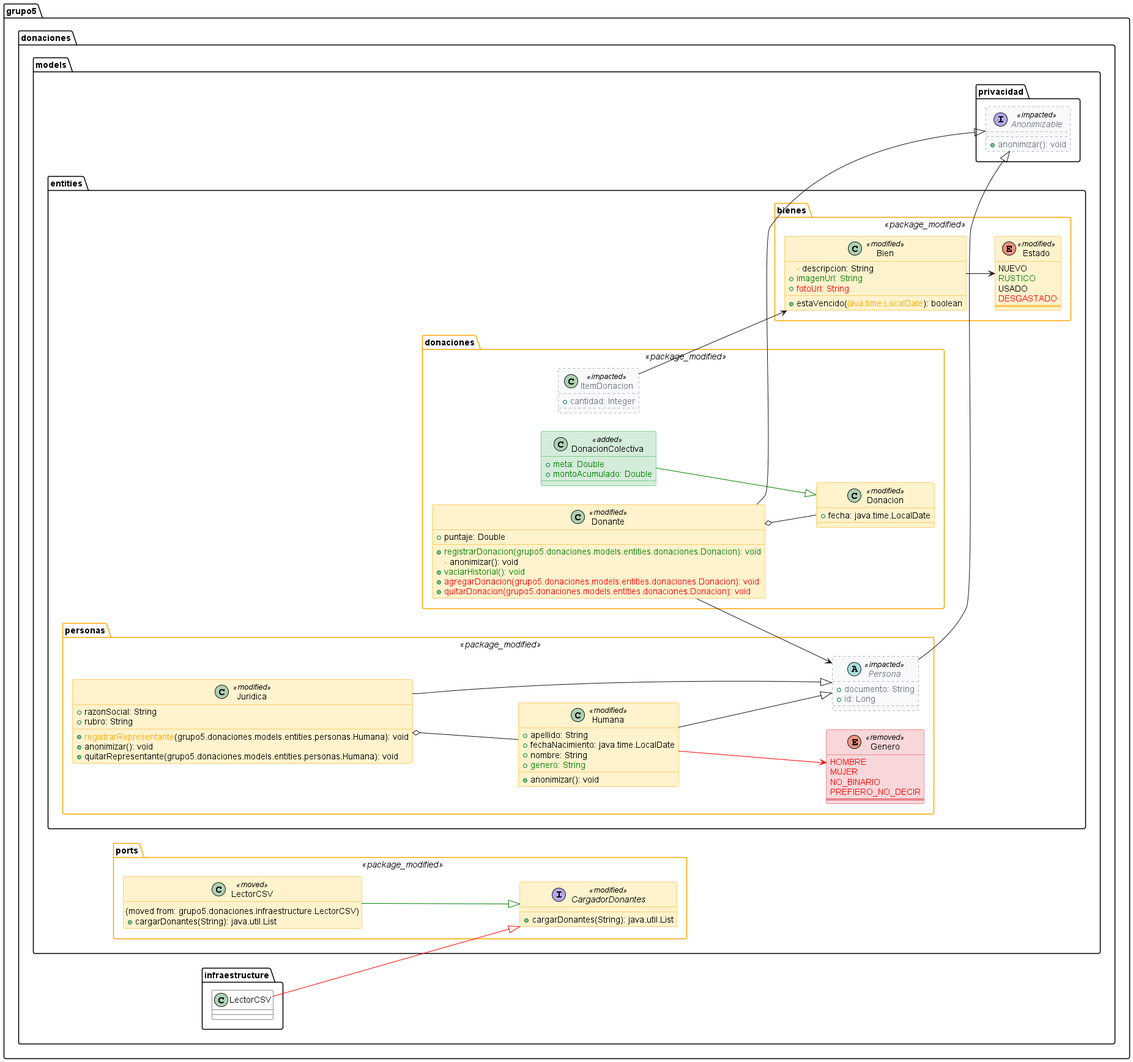
Before: docs/demo_complete.png, a diagram exported from PlantUML (tsorren/SemanticUMLDiff).
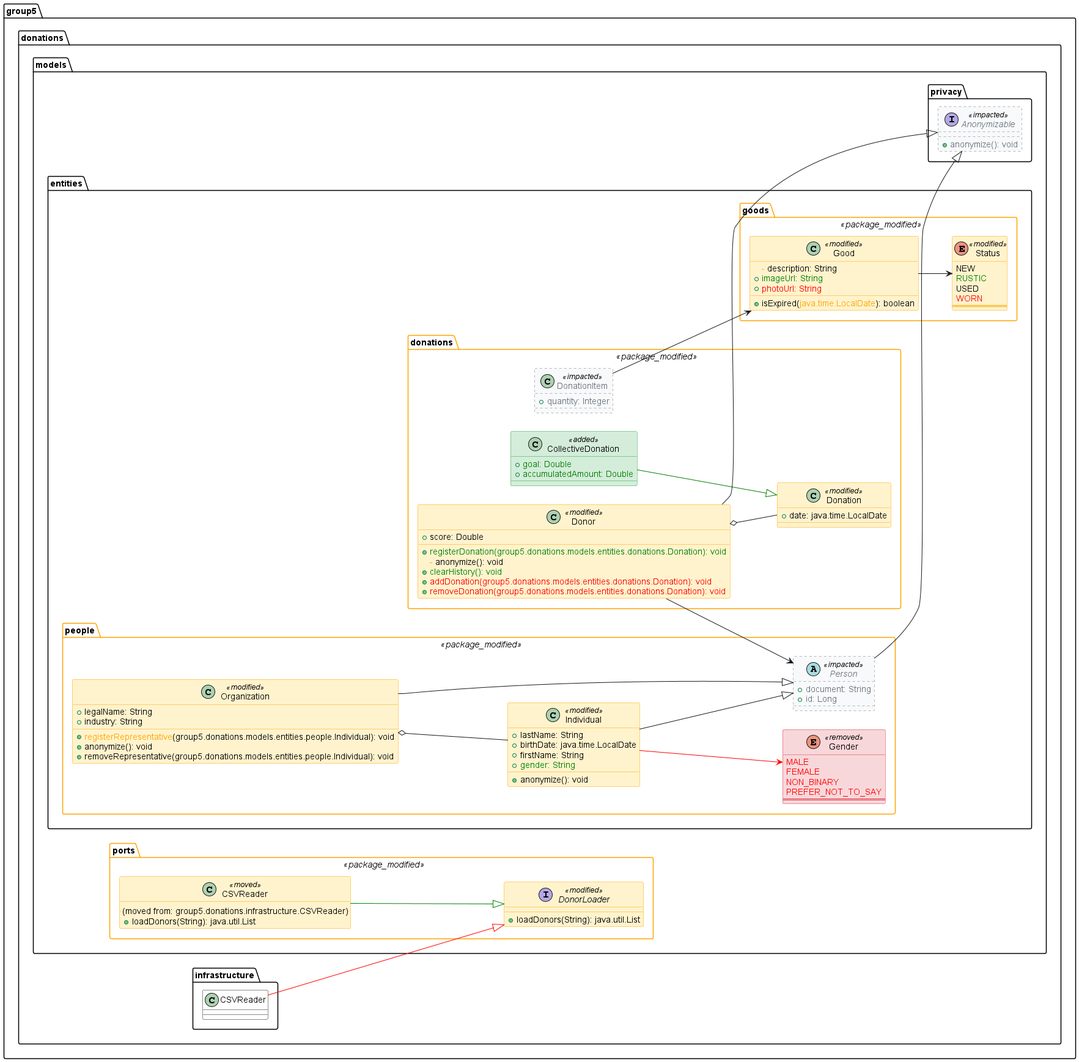
Above is the later version.

Commit message:
doc: translate complete demo fixtures and diagrams to English

Diff of the diagram source:
```diff
@@ -49,98 +49,98 @@
   }
 </style>
 
-package "grupo5.donaciones.models.entities.bienes" <<package_modified>> {
-class "Bien" as grupo5.donaciones.models.entities.bienes.Bien <<modified>> {
-  <color:orange>-</color> descripcion: String
-  + <color:green>imagenUrl: String</color>
-  + <color:red>fotoUrl: String</color>
-  + estaVencido(<color:orange>java.time.LocalDate</color>): boolean
+package "group5.donations.models.entities.donations" <<package_modified>> {
+class "CollectiveDonation" as group5.donations.models.entities.donations.CollectiveDonation <<added>> {
+  + <color:green>goal: Double</color>
+  + <color:green>accumulatedAmount: Double</color>
 }
-enum "Estado" as grupo5.donaciones.models.entities.bienes.Estado <<modified>> {
-  NUEVO
-  <color:green>RUSTICO</color>
-  USADO
-  <color:red>DESGASTADO</color>
+class "Donation" as group5.donations.models.entities.donations.Donation <<modified>> {
+  + date: java.time.LocalDate
+}
+class "DonationItem" as group5.donations.models.entities.donations.DonationItem <<impacted>> {
+  + quantity: Integer
+}
+class "Donor" as group5.donations.models.entities.donations.Donor <<modified>> {
+  + score: Double
+  + <color:green>registerDonation(group5.donations.models.entities.donations.Donation): void</color>
+  <color:orange>-</color> anonymize(): void
+  + <color:green>clearHistory(): void</color>
+  + <color:red>addDonation(group5.donations.models.entities.donations.Donation): void</color>
+  + <color:red>removeDonation(group5.donations.models.entities.donations.Donation): void</color>
+}
+}
+
+package "group5.donations.models.entities.goods" <<package_modified>> {
+class "Good" as group5.donations.models.entities.goods.Good <<modified>> {
+  <color:orange>-</color> description: String
+  + <color:green>imageUrl: String</color>
+  + <color:red>photoUrl: String</color>
+  + isExpired(<color:orange>java.time.LocalDate</color>): boolean
+}
+enum "Status" as group5.donations.models.entities.goods.Status <<modified>> {
+  NEW
+  <color:green>RUSTIC</color>
+  USED
+  <color:red>WORN</color>
   ==
 }
 }
 
-package "grupo5.donaciones.models.entities.donaciones" <<package_modified>> {
-class "Donacion" as grupo5.donaciones.models.entities.donaciones.Donacion <<modified>> {
-  + fecha: java.time.LocalDate
-}
-class "DonacionColectiva" as grupo5.donaciones.models.entities.donaciones.DonacionColectiva <<added>> {
-  + <color:green>meta: Double</color>
-  + <color:green>montoAcumulado: Double</color>
-}
-class "Donante" as grupo5.donaciones.models.entities.donaciones.Donante <<modified>> {
-  + puntaje: Double
-  + <color:green>registrarDonacion(grupo5.donaciones.models.entities.donaciones.Donacion): void</color>
-  <color:orange>-</color> anonimizar(): void
-  + <color:green>vaciarHistorial(): void</color>
-  + <color:red>agregarDonacion(grupo5.donaciones.models.entities.donaciones.Donacion): void</color>
-  + <color:red>quitarDonacion(grupo5.donaciones.models.entities.donaciones.Donacion): void</color>
-}
-class "ItemDonacion" as grupo5.donaciones.models.entities.donaciones.ItemDonacion <<impacted>> {
-  + cantidad: Integer
-}
-}
-
-package "grupo5.donaciones.models.entities.personas" <<package_modified>> {
-enum "Genero" as grupo5.donaciones.models.entities.personas.Genero <<removed>> {
-  <color:red>HOMBRE</color>
-  <color:red>MUJER</color>
-  <color:red>NO_BINARIO</color>
-  <color:red>PREFIERO_NO_DECIR</color>
+package "group5.donations.models.entities.people" <<package_modified>> {
+enum "Gender" as group5.donations.models.entities.people.Gender <<removed>> {
+  <color:red>MALE</color>
+  <color:red>FEMALE</color>
+  <color:red>NON_BINARY</color>
+  <color:red>PREFER_NOT_TO_SAY</color>
   ==
 }
-class "Humana" as grupo5.donaciones.models.entities.personas.Humana <<modified>> {
-  + apellido: String
-  + fechaNacimiento: java.time.LocalDate
-  + nombre: String
-  + <color:green>genero: String</color>
-  + anonimizar(): void
+class "Individual" as group5.donations.models.entities.people.Individual <<modified>> {
+  + lastName: String
+  + birthDate: java.time.LocalDate
+  + firstName: String
+  + <color:green>gender: String</color>
+  + anonymize(): void
 }
-class "Juridica" as grupo5.donaciones.models.entities.personas.Juridica <<modified>> {
-  + razonSocial: String
-  + rubro: String
-  + <color:orange>registrarRepresentante</color>(grupo5.donaciones.models.entities.personas.Humana): void
-  + anonimizar(): void
-  + quitarRepresentante(grupo5.donaciones.models.entities.personas.Humana): void
+class "Organization" as group5.donations.models.entities.people.Organization <<modified>> {
+  + legalName: String
+  + industry: String
+  + <color:orange>registerRepresentative</color>(group5.donations.models.entities.people.Individual): void
+  + anonymize(): void
+  + removeRepresentative(group5.donations.models.entities.people.Individual): void
 }
-abstract class "Persona" as grupo5.donaciones.models.entities.personas.Persona <<impacted>> {
-  + documento: String
+abstract class "Person" as group5.donations.models.entities.people.Person <<impacted>> {
+  + document: String
   + id: Long
 }
 }
 
-package "grupo5.donaciones.models.ports" <<package_modified>> {
-interface "CargadorDonantes" as grupo5.donaciones.models.ports.CargadorDonantes <<modified>> {
-  + cargarDonantes(String): java.util.List
+package "group5.donations.models.ports" <<package_modified>> {
+class "CSVReader" as group5.donations.models.ports.CSVReader <<moved>> {
+  .. (moved from: group5.donations.infrastructure.CSVReader) ..
+  + loadDonors(String): java.util.List
 }
-class "LectorCSV" as grupo5.donaciones.models.ports.LectorCSV <<moved>> {
-  .. (moved from: grupo5.donaciones.infraestructure.LectorCSV) ..
-  + cargarDonantes(String): java.util.List
+interface "DonorLoader" as group5.donations.models.ports.DonorLoader <<modified>> {
+  + loadDonors(String): java.util.List
 }
 }
 
-package "grupo5.donaciones.models.privacidad" {
-interface "Anonimizable" as grupo5.donaciones.models.privacidad.Anonimizable <<impacted>> {
-  + anonimizar(): void
+package "group5.donations.models.privacy" {
+interface "Anonymizable" as group5.donations.models.privacy.Anonymizable <<impacted>> {
+  + anonymize(): void
 }
 }
 
-grupo5.donaciones.infraestructure.LectorCSV -[#red]-|> grupo5.donaciones.models.ports.CargadorDonantes
-grupo5.donaciones.models.entities.bienes.Bien --> grupo5.donaciones.models.entities.bienes.Estado
-grupo5.donaciones.models.entities.donaciones.DonacionColectiva -[#green]-|> grupo5.donaciones.models.entities.donaciones.Donacion
-grupo5.donaciones.models.entities.donaciones.Donante o-- grupo5.donaciones.models.entities.donaciones.Donacion
-grupo5.donaciones.models.entities.donaciones.Donante --> grupo5.donaciones.models.entities.personas.Persona
-grupo5.donaciones.models.entities.donaciones.Donante --|> grupo5.donaciones.models.privacidad.Anonimizable
-grupo5.donaciones.models.entities.donaciones.ItemDonacion --> grupo5.donaciones.models.entities.bienes.Bien
-grupo5.donaciones.models.entities.personas.Humana -[#red]-> grupo5.donaciones.models.entities.personas.Genero
-grupo5.donaciones.models.entities.personas.Humana --|> grupo5.donaciones.models.entities.personas.Persona
-grupo5.donaciones.models.entities.personas.Juridica o-- grupo5.donaciones.models.entities.personas.Humana
-grupo5.donaciones.models.entities.personas.Juridica --|> grupo5.donaciones.models.entities.personas.Persona
-grupo5.donaciones.models.entities.personas.Persona --|> grupo5.donaciones.models.privacidad.Anonimizable
-grupo5.donaciones.models.ports.LectorCSV -[#green]-|> grupo5.donaciones.models.ports.CargadorDonantes
+group5.donations.infrastructure.CSVReader -[#red]-|> group5.donations.models.ports.DonorLoader
+group5.donations.models.entities.donations.CollectiveDonation -[#green]-|> group5.donations.models.entities.donations.Donation
+group5.donations.models.entities.donations.DonationItem --> group5.donations.models.entities.goods.Good
+group5.donations.models.entities.donations.Donor o-- group5.donations.models.entities.donations.Donation
+group5.donations.models.entities.donations.Donor --> group5.donations.models.entities.people.Person
+group5.donations.models.entities.donations.Donor --|> group5.donations.models.privacy.Anonymizable
+group5.donations.models.entities.goods.Good --> group5.donations.models.entities.goods.Status
+group5.donations.models.entities.people.Individual -[#red]-> group5.donations.models.entities.people.Gender
+group5.donations.models.entities.people.Individual --|> group5.donations.models.entities.people.Person
+group5.donations.models.entities.people.Organization o-- group5.donations.models.entities.people.Individual
+group5.donations.models.entities.people.Organization --|> group5.donations.models.entities.people.Person
+group5.donations.models.entities.people.Person --|> group5.donations.models.privacy.Anonymizable
+group5.donations.models.ports.CSVReader -[#green]-|> group5.donations.models.ports.DonorLoader
 @enduml
```
